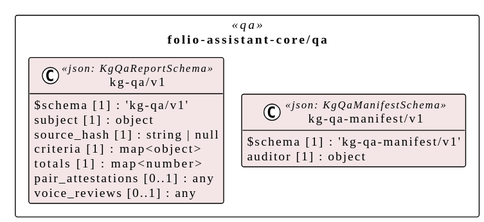
litlfred/smart-trust keeps this PlantUML diagram as assets/img/uml/overview/folio-assistant-core/qa.svg. Above is the earlier version. The source it was exported from:
```plantuml
@startuml
!pragma layout elk
!theme plain
skinparam classAttributeIconSize 0
skinparam shadowing false
skinparam packageStyle rectangle
hide empty methods

package "folio-assistant-core/qa" as pkg_folio_assistant_core_qa <<qa>> {
  class "kg-qa/v1" as folio_assistant_core_qa_kg_qa_v1_kg_qa_v1 <<json: KgQaReportSchema>> #f4e6e6 {
    $schema [1] : 'kg-qa/v1'
    subject [1] : object
    source_hash [1] : string | null
    criteria [1] : map<object>
    totals [1] : map<number>
    pair_attestations [0..1] : any
    voice_reviews [0..1] : any
  }
  class "kg-qa-manifest/v1" as folio_assistant_core_qa_kg_qa_manifest_v1_kg_qa_manifest_v1 <<json: KgQaManifestSchema>> #f4e6e6 {
    $schema [1] : 'kg-qa-manifest/v1'
    auditor [1] : object
  }
}
@enduml
```
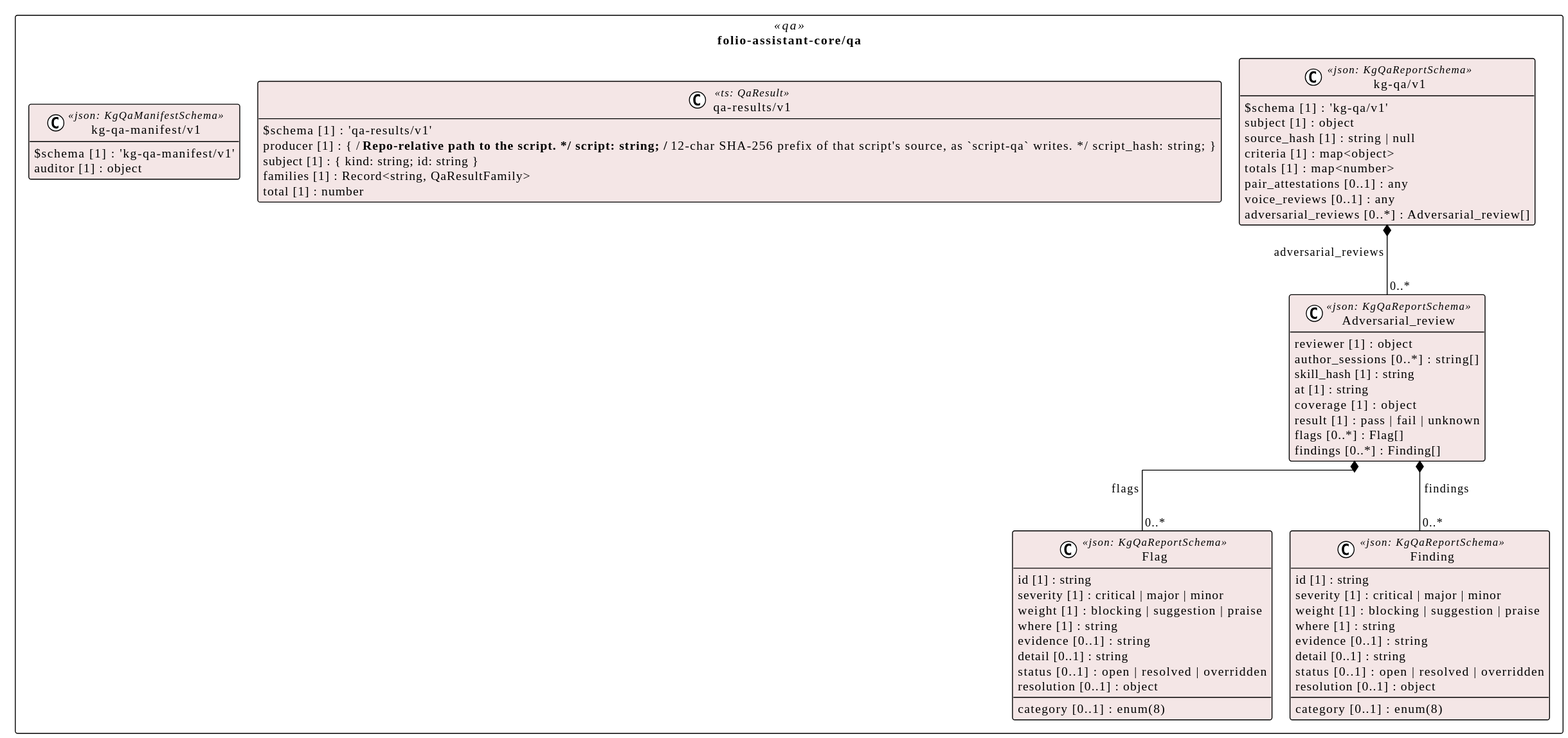
The same diagram one commit later.

The edit, as a diff of the source:
```diff
@@ -7,6 +7,38 @@
 hide empty methods
 
 package "folio-assistant-core/qa" as pkg_folio_assistant_core_qa <<qa>> {
+  class "Flag" as folio_assistant_core_qa_kg_qa_v1_Flag <<json: KgQaReportSchema>> #f4e6e6 {
+    id [1] : string
+    category [0..1] : enum(8)
+    severity [1] : critical | major | minor
+    weight [1] : blocking | suggestion | praise
+    where [1] : string
+    evidence [0..1] : string
+    detail [0..1] : string
+    status [0..1] : open | resolved | overridden
+    resolution [0..1] : object
+  }
+  class "Finding" as folio_assistant_core_qa_kg_qa_v1_Finding <<json: KgQaReportSchema>> #f4e6e6 {
+    id [1] : string
+    category [0..1] : enum(8)
+    severity [1] : critical | major | minor
+    weight [1] : blocking | suggestion | praise
+    where [1] : string
+    evidence [0..1] : string
+    detail [0..1] : string
+    status [0..1] : open | resolved | overridden
+    resolution [0..1] : object
+  }
+  class "Adversarial_review" as folio_assistant_core_qa_kg_qa_v1_Adversarial_review <<json: KgQaReportSchema>> #f4e6e6 {
+    reviewer [1] : object
+    author_sessions [0..*] : string[]
+    skill_hash [1] : string
+    at [1] : string
+    coverage [1] : object
+    result [1] : pass | fail | unknown
+    flags [0..*] : Flag[]
+    findings [0..*] : Finding[]
+  }
   class "kg-qa/v1" as folio_assistant_core_qa_kg_qa_v1_kg_qa_v1 <<json: KgQaReportSchema>> #f4e6e6 {
     $schema [1] : 'kg-qa/v1'
     subject [1] : object
@@ -15,10 +47,22 @@
     totals [1] : map<number>
     pair_attestations [0..1] : any
     voice_reviews [0..1] : any
+    adversarial_reviews [0..*] : Adversarial_review[]
   }
   class "kg-qa-manifest/v1" as folio_assistant_core_qa_kg_qa_manifest_v1_kg_qa_manifest_v1 <<json: KgQaManifestSchema>> #f4e6e6 {
     $schema [1] : 'kg-qa-manifest/v1'
     auditor [1] : object
   }
+  class "qa-results/v1" as folio_assistant_core_qa_qa_results_v1 <<ts: QaResult>> #f4e6e6 {
+    $schema [1] : 'qa-results/v1'
+    producer [1] : { /** Repo-relative path to the script. */ script: string; /** 12-char SHA-256 prefix of that script's source, as `script-qa` writes. */ script_hash: string; }
+    subject [1] : { kind: string; id: string }
+    families [1] : Record<string, QaResultFamily>
+    total [1] : number
+  }
 }
+
+folio_assistant_core_qa_kg_qa_v1_Adversarial_review *-- "0..*" folio_assistant_core_qa_kg_qa_v1_Flag : flags
+folio_assistant_core_qa_kg_qa_v1_Adversarial_review *-- "0..*" folio_assistant_core_qa_kg_qa_v1_Finding : findings
+folio_assistant_core_qa_kg_qa_v1_kg_qa_v1 *-- "0..*" folio_assistant_core_qa_kg_qa_v1_Adversarial_review : adversarial_reviews
 @enduml
```
